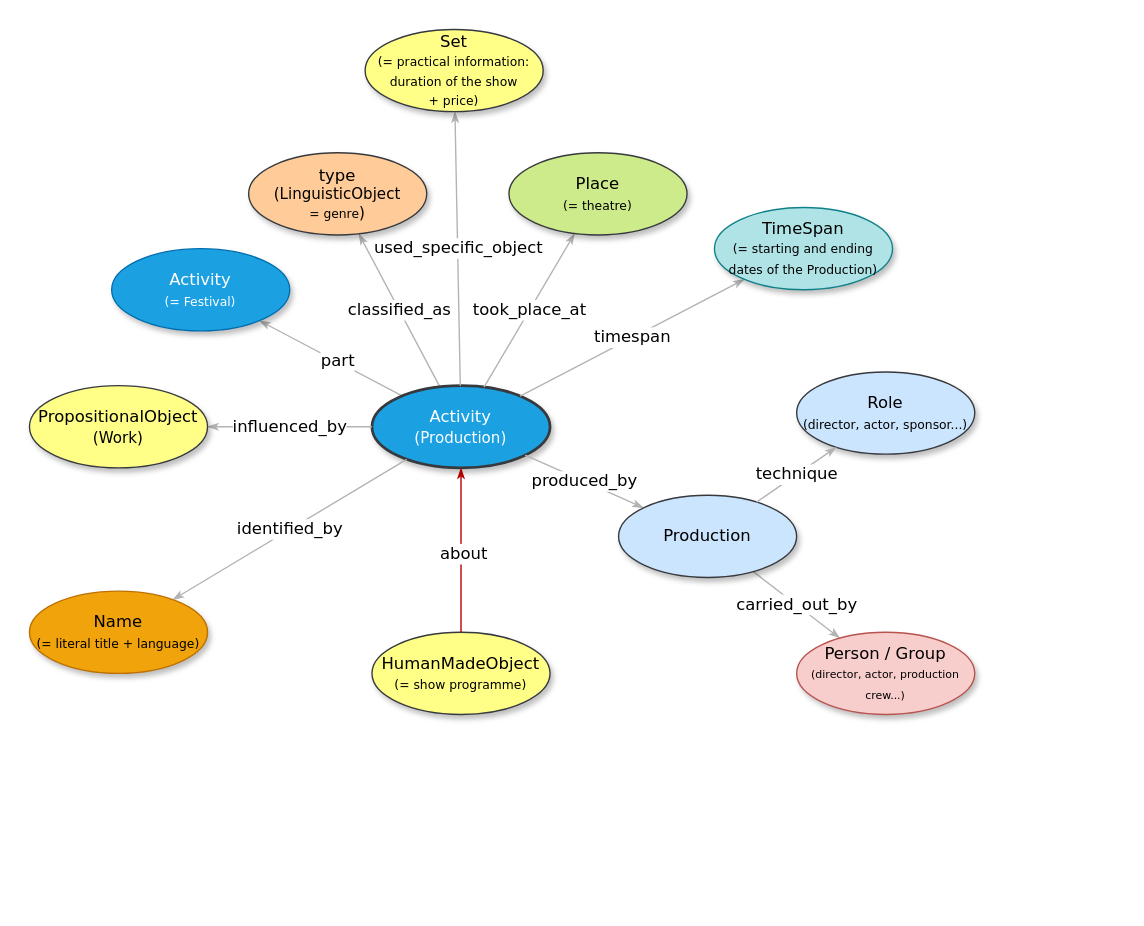
Before: Figures-Cookbook/B.drawio in stage-to-data/linked-art-pa, a draw.io diagram. Source tidied: cells renumbered, new cells numbered last; positions are measured from the earlier drawing's top-left corner, leaving out a move shared by most shapes. Both pictures are drawn from the tidied source at 137%, with x=0, y=0 at pixel (29, 29).
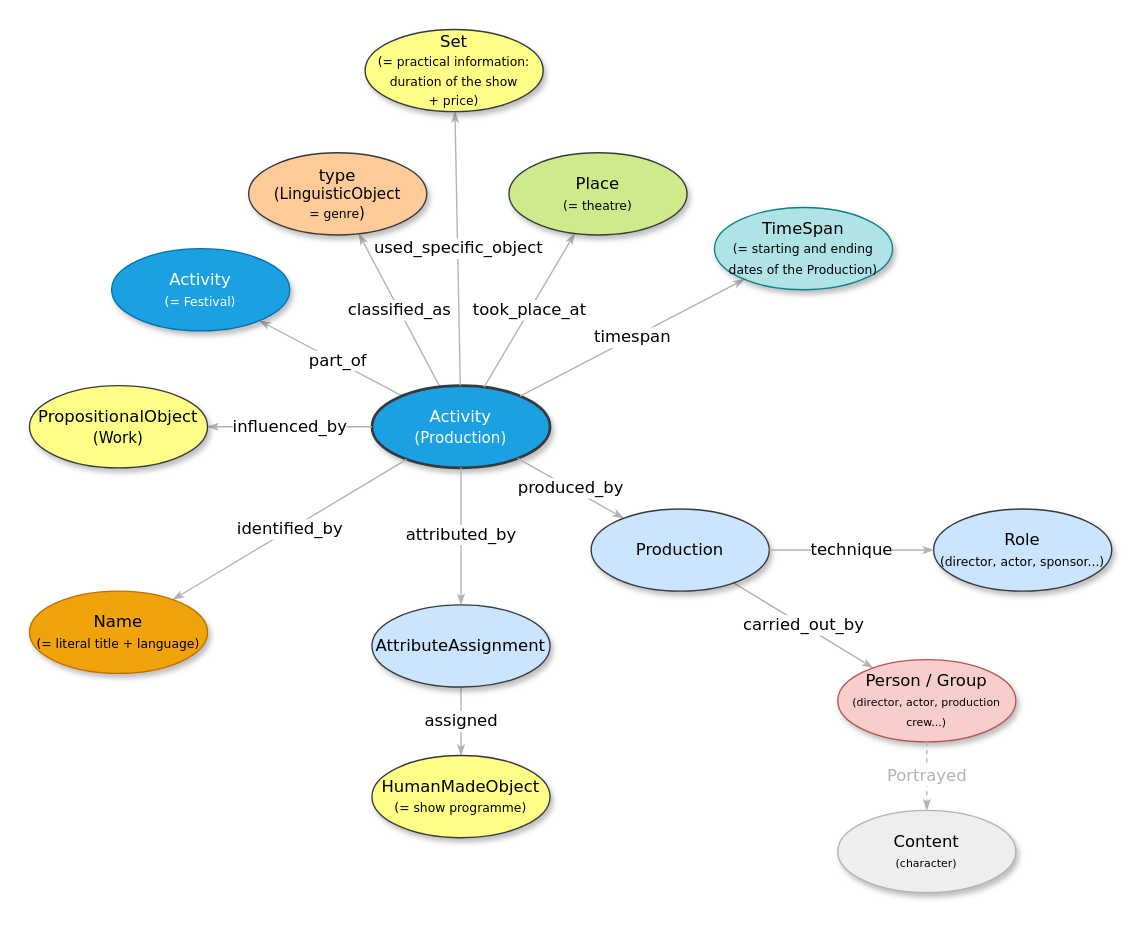
After the change.

The change refers to these unchanged cells:
```xml
<mxCell id="2" style="edgeStyle=none;rounded=1;html=1;labelBackgroundColor=#FFFFFF;startArrow=none;startFill=0;startSize=5;endArrow=classicThin;endFill=1;endSize=5;jettySize=auto;strokeColor=#B3B3B3;strokeWidth=1;fontFamily=Verdana;fontSize=12;" parent="1" edge="1" source="5" target="8">
  <mxGeometry relative="1" as="geometry" />
</mxCell>
<mxCell id="5" value="&lt;div&gt;Activity&lt;/div&gt;&lt;div&gt;&lt;font style=&quot;font-size: 11px;&quot;&gt;(Production)&lt;/font&gt;&lt;/div&gt;" style="ellipse;whiteSpace=wrap;html=1;rounded=0;shadow=1;comic=0;labelBackgroundColor=none;strokeWidth=2;fontFamily=Verdana;fontSize=12;align=center;fillColor=#1ba1e2;strokeColor=#36393D;fontColor=#ffffff;" parent="1" vertex="1">
  <mxGeometry x="250" y="260" width="130" height="60" as="geometry" />
</mxCell>
```

The edit, as a diff of the source:
```diff
@@
-    <mxCell id="3" value="&lt;font style=&quot;font-size: 12px;&quot; face=&quot;Verdana&quot;&gt;part&lt;/font&gt;" style="edgeLabel;html=1;align=center;verticalAlign=middle;labelBackgroundColor=#FFFFFF;" parent="2" vertex="1">
+    <mxCell id="3" value="&lt;font style=&quot;font-size: 12px;&quot; face=&quot;Verdana&quot;&gt;part_of&lt;/font&gt;" style="edgeLabel;html=1;align=center;verticalAlign=middle;labelBackgroundColor=#FFFFFF;" parent="2" vertex="1">
       <mxGeometry x="-0.08" y="-1" relative="1" as="geometry" />
     </mxCell>
@@
+    <mxCell id="27" value="assigned" style="edgeStyle=none;rounded=1;html=1;labelBackgroundColor=#FFFFFF;startArrow=none;startFill=0;startSize=5;endArrow=classicThin;endFill=1;endSize=5;jettySize=auto;strokeColor=#B3B3B3;strokeWidth=1;fontFamily=Verdana;fontSize=12;" parent="1" edge="1" source="28" target="10">
+      <mxGeometry relative="1" as="geometry" />
+    </mxCell>
@@
     <mxCell id="10" value="&lt;span&gt;HumanMadeObject&lt;/span&gt;&lt;div&gt;&lt;span&gt;&lt;font style=&quot;font-size: 9px;&quot;&gt;(= show programme)&lt;/font&gt;&lt;/span&gt;&lt;/div&gt;" style="ellipse;whiteSpace=wrap;html=1;rounded=0;shadow=1;comic=0;labelBackgroundColor=none;strokeWidth=1;fontFamily=Verdana;fontSize=12;align=center;fillColor=#ffff88;strokeColor=#36393d;" parent="1" vertex="1">
-      <mxGeometry x="250" y="440" width="130" height="60" as="geometry" />
+      <mxGeometry x="250" y="530" width="130" height="60" as="geometry" />
     </mxCell>
     <mxCell id="11" value="&lt;span&gt;Person / Group&lt;/span&gt;&lt;div&gt;&lt;span&gt;&lt;font style=&quot;font-size: 8px;&quot;&gt;(director, actor, production crew...)&lt;/font&gt;&lt;/span&gt;&lt;/div&gt;" style="ellipse;whiteSpace=wrap;html=1;rounded=0;shadow=1;comic=0;labelBackgroundColor=none;strokeWidth=1;fontFamily=Verdana;fontSize=12;align=center;fillColor=#f8cecc;strokeColor=#b85450;" parent="1" vertex="1">
-      <mxGeometry x="560" y="440" width="130" height="60" as="geometry" />
+      <mxGeometry x="590" y="460" width="130" height="60" as="geometry" />
     </mxCell>
@@
     <mxCell id="22" value="&lt;span&gt;Production&lt;/span&gt;" style="ellipse;whiteSpace=wrap;html=1;rounded=0;shadow=1;comic=0;labelBackgroundColor=none;strokeWidth=1;fontFamily=Verdana;fontSize=12;align=center;fillColor=#cce5ff;strokeColor=#36393d;" parent="1" vertex="1">
-      <mxGeometry x="430" y="340" width="130" height="60" as="geometry" />
+      <mxGeometry x="410" y="350" width="130" height="60" as="geometry" />
     </mxCell>
     <mxCell id="23" value="&lt;span&gt;Role&lt;/span&gt;&lt;div&gt;&lt;span&gt;&lt;font style=&quot;font-size: 9px;&quot;&gt;(director, actor, sponsor...)&lt;/font&gt;&lt;/span&gt;&lt;/div&gt;" style="ellipse;whiteSpace=wrap;html=1;rounded=0;shadow=1;comic=0;labelBackgroundColor=none;strokeWidth=1;fontFamily=Verdana;fontSize=12;align=center;fillColor=#cce5ff;strokeColor=#36393d;" parent="1" vertex="1">
-      <mxGeometry x="560" y="250" width="130" height="60" as="geometry" />
+      <mxGeometry x="660" y="350" width="130" height="60" as="geometry" />
     </mxCell>
@@
-    <mxCell id="25" style="edgeStyle=none;rounded=1;html=1;labelBackgroundColor=#FFFFFF;startArrow=none;startFill=0;startSize=5;endArrow=classicThin;endFill=1;endSize=5;jettySize=auto;strokeColor=#B20000;strokeWidth=1;fontFamily=Verdana;fontSize=12;fillColor=#e51400;" parent="1" edge="1" source="10" target="5">
+    <mxCell id="25" style="edgeStyle=none;rounded=1;html=1;labelBackgroundColor=#FFFFFF;startArrow=none;startFill=0;startSize=5;endArrow=classicThin;endFill=1;endSize=5;jettySize=auto;strokeColor=#B3B3B3;strokeWidth=1;fontFamily=Verdana;fontSize=12;" parent="1" edge="1" source="5" target="28">
       <mxGeometry relative="1" as="geometry" />
     </mxCell>
-    <mxCell id="26" value="&lt;font face=&quot;Verdana&quot; style=&quot;font-size: 12px;&quot;&gt;about&lt;/font&gt;" style="edgeLabel;html=1;align=center;verticalAlign=middle;" parent="25" vertex="1">
+    <mxCell id="26" value="&lt;font face=&quot;Verdana&quot; style=&quot;font-size: 12px;&quot;&gt;attributed_by&lt;/font&gt;" style="edgeLabel;html=1;align=center;verticalAlign=middle;" parent="25" vertex="1">
       <mxGeometry x="-0.04" y="-1" relative="1" as="geometry" />
     </mxCell>
+    <mxCell id="28" value="&lt;div&gt;&lt;font style=&quot;&quot;&gt;AttributeAssignment&lt;/font&gt;&lt;/div&gt;" style="ellipse;whiteSpace=wrap;html=1;rounded=0;shadow=1;comic=0;labelBackgroundColor=none;strokeWidth=1;fontFamily=Verdana;fontSize=12;align=center;fillColor=#cce5ff;strokeColor=#36393d;" parent="1" vertex="1">
+      <mxGeometry x="250" y="420" width="130" height="60" as="geometry" />
+    </mxCell>
+    <mxCell id="29" value="&lt;div&gt;&lt;font style=&quot;&quot;&gt;Content&lt;/font&gt;&lt;/div&gt;&lt;div&gt;&lt;font style=&quot;font-size: 8px;&quot;&gt;(character)&lt;/font&gt;&lt;/div&gt;" style="ellipse;whiteSpace=wrap;html=1;rounded=0;shadow=1;comic=0;labelBackgroundColor=none;strokeWidth=1;fontFamily=Verdana;fontSize=12;align=center;fillColor=#eeeeee;strokeColor=#B3B3B3;" parent="1" vertex="1">
+      <mxGeometry x="590" y="570" width="130" height="60" as="geometry" />
+    </mxCell>
+    <mxCell id="30" value="&lt;font style=&quot;color: rgb(179, 179, 179);&quot;&gt;Portrayed&lt;/font&gt;" style="edgeStyle=none;rounded=1;html=1;labelBackgroundColor=#FFFFFF;startArrow=none;startFill=0;startSize=5;endArrow=classicThin;endFill=1;endSize=5;jettySize=auto;strokeColor=#B3B3B3;strokeWidth=1;fontFamily=Verdana;fontSize=12;dashed=1;" parent="1" edge="1" source="11" target="29">
+      <mxGeometry relative="1" as="geometry" />
+    </mxCell>
```
